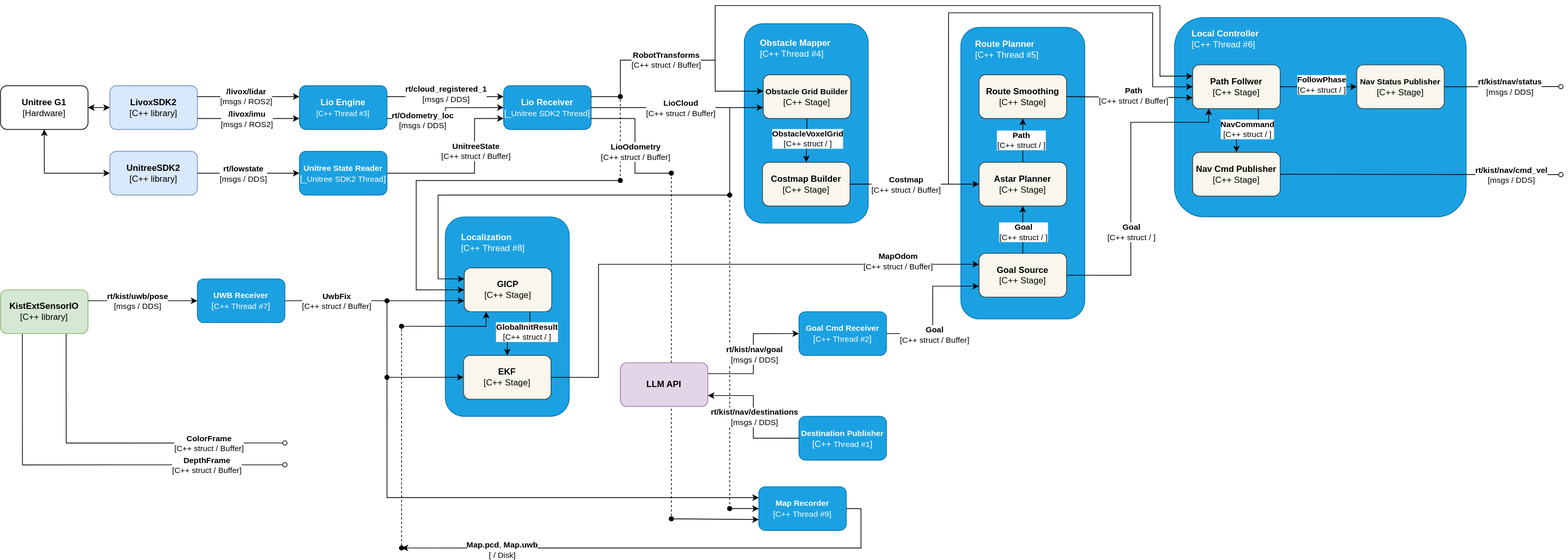
This is docs/kist-navigation-planner.svg from KIST-DelightRobotics-G1/navigation-planner, a draw.io export, as it was before one commit. Source tidied: cells renumbered, new cells last; positions are measured from the earlier drawing's top-left corner, leaving out a move shared by most shapes.
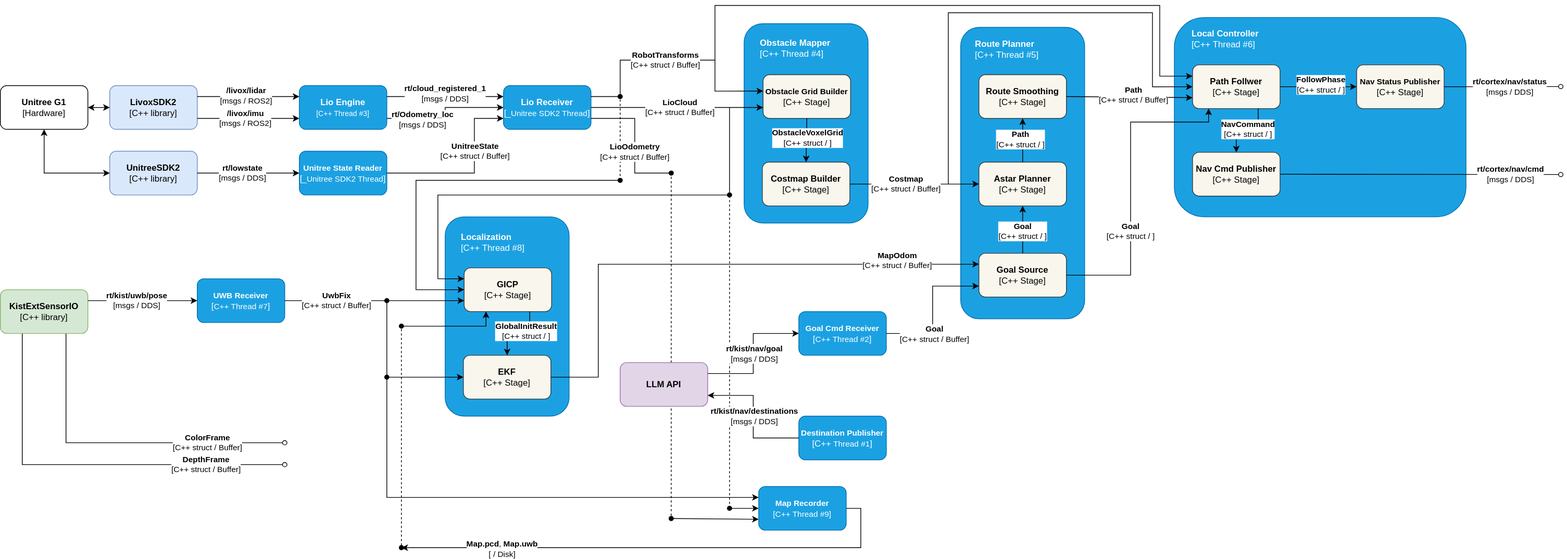
After the change.

Commit message:
docs(nav): update architecture diagram

Change to the diagram source:
```diff
@@ -67,7 +67,7 @@
         <mxPoint x="2140" y="232" as="targetPoint" />
       </mxGeometry>
     </mxCell>
-    <mxCell id="17" value="&lt;b&gt;rt/kist/nav/cmd_vel&lt;/b&gt;&lt;br&gt;&lt;div&gt;[msgs / DDS]&lt;/div&gt;" style="edgeLabel;html=1;align=center;verticalAlign=middle;" parent="16" vertex="1">
+    <mxCell id="17" value="&lt;b&gt;rt/cortex/nav/cmd&lt;/b&gt;&lt;br&gt;&lt;div&gt;[msgs / DDS]&lt;/div&gt;" style="edgeLabel;html=1;align=center;verticalAlign=middle;" parent="16" vertex="1">
       <mxGeometry x="0.39" y="1" relative="1" as="geometry">
         <mxPoint x="47" y="1" as="offset" />
       </mxGeometry>
@@ -465,7 +465,7 @@
         <mxPoint x="2140" y="111.3" as="targetPoint" />
       </mxGeometry>
     </mxCell>
-    <mxCell id="105" value="&lt;b&gt;rt/kist/nav/status&lt;/b&gt;&lt;br&gt;&lt;div&gt;[msgs / DDS]&lt;/div&gt;" style="edgeLabel;html=1;align=center;verticalAlign=middle;" parent="104" vertex="1">
+    <mxCell id="105" value="&lt;b&gt;rt/cortex/nav/status&lt;/b&gt;&lt;br&gt;&lt;div&gt;[msgs / DDS]&lt;/div&gt;" style="edgeLabel;html=1;align=center;verticalAlign=middle;" parent="104" vertex="1">
       <mxGeometry x="0.39" y="1" relative="1" as="geometry">
         <mxPoint x="-22" y="1" as="offset" />
       </mxGeometry>
```
